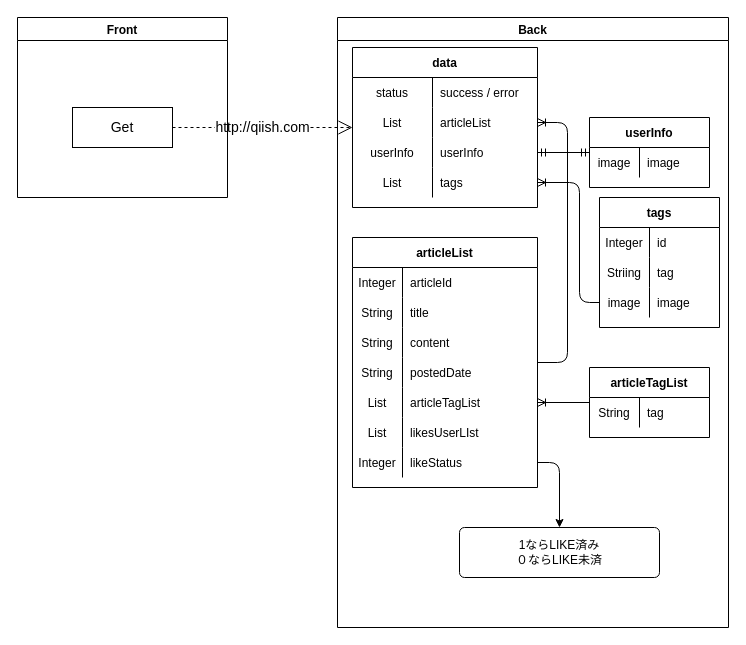
Earlier version of the draw.io diagram page "[表示]トップページ" (2 of 17) of Designs/基本設計.drawio (yusuke-rakus/Qiish). Source tidied: cells renumbered, new cells numbered last; positions are measured from the earlier drawing's top-left corner, leaving out a move shared by most shapes. Both pictures are drawn from the tidied source at 100%, with x=0, y=0 at pixel (17, 17).
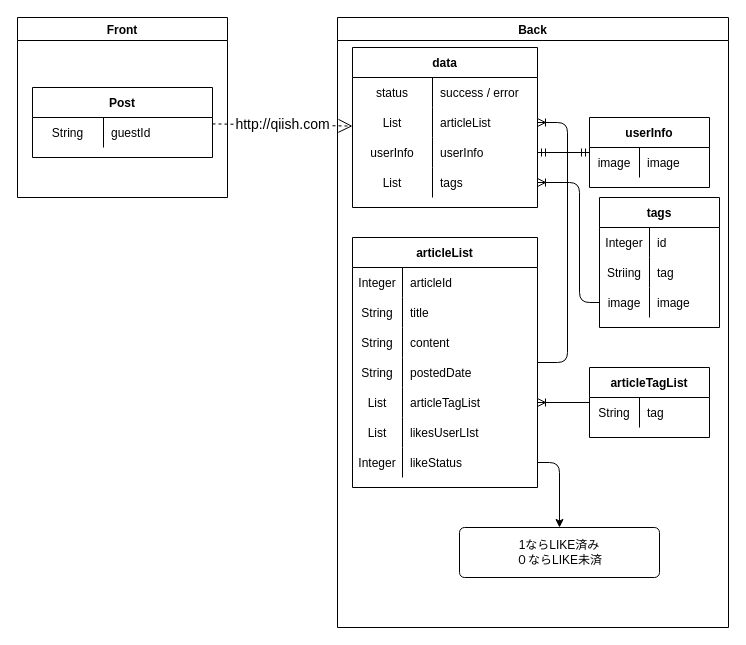
Above is the later version.

Unchanged cells that the change refers to:
```xml
<mxCell id="3" value="data" style="shape=table;startSize=30;childLayout=tableLayout;rowLines=0;fontStyle=1;align=center;" parent="2" vertex="1">
  <mxGeometry x="15" y="30" width="185" height="160" as="geometry" />
</mxCell>
<mxCell id="63" value="Front" style="swimlane;" parent="1" vertex="1">
  <mxGeometry width="210" height="180" as="geometry" />
</mxCell>
```

Change to the diagram source:
```diff
@@
-    <mxCell id="62" value="&lt;font style=&quot;font-size: 14px&quot;&gt;http://qiish.com&lt;/font&gt;" style="endArrow=open;endSize=12;dashed=1;html=1;" parent="1" edge="1" source="64" target="3">
+    <mxCell id="62" value="&lt;font style=&quot;font-size: 14px&quot;&gt;http://qiish.com&lt;/font&gt;" style="endArrow=open;endSize=12;dashed=1;html=1;" parent="1" edge="1" source="65" target="3">
       <mxGeometry relative="1" as="geometry" />
     </mxCell>
@@
-    <mxCell id="64" value="Get" style="whiteSpace=wrap;html=1;align=center;fontSize=14;" parent="63" vertex="1">
-      <mxGeometry x="55" y="90" width="100" height="40" as="geometry" />
-    </mxCell>
+    <mxCell id="65" value="Post" style="shape=table;startSize=30;childLayout=tableLayout;rowLines=0;fontStyle=1;align=center;" parent="63" vertex="1">
+      <mxGeometry x="15" y="70" width="180" height="70" as="geometry" />
+    </mxCell>
+    <mxCell id="66" style="shape=partialRectangle;fillColor=none;top=0;left=0;bottom=0;right=0;" parent="65" vertex="1">
+      <mxGeometry y="30" width="180" height="30" as="geometry" />
+    </mxCell>
+    <mxCell id="67" value="String" style="shape=partialRectangle;fillColor=none;top=0;left=0;bottom=0;right=0;overflow=hidden;" parent="66" vertex="1">
+      <mxGeometry width="71" height="30" as="geometry" />
+    </mxCell>
+    <mxCell id="68" value="guestId" style="shape=partialRectangle;fillColor=none;top=0;left=0;bottom=0;right=0;align=left;spacingLeft=6;overflow=hidden;" parent="66" vertex="1">
+      <mxGeometry x="71" width="109" height="30" as="geometry" />
+    </mxCell>
```
